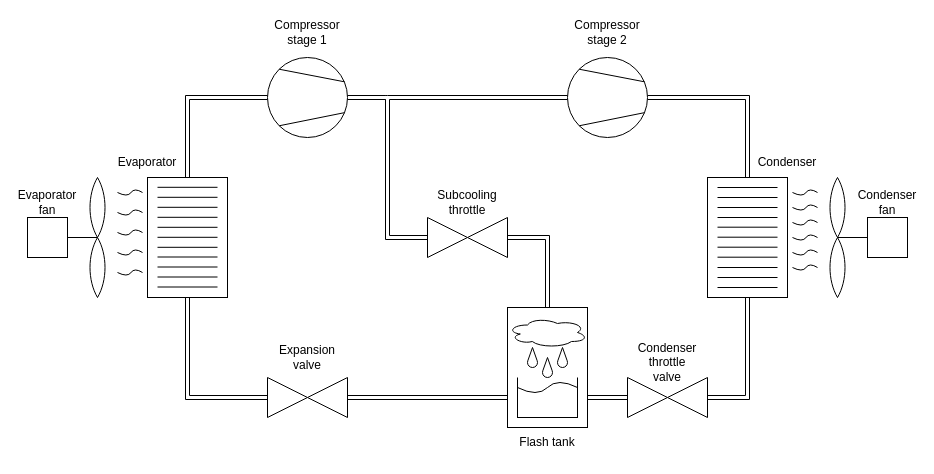
The draw.io diagram Graphics/HVAC_Diagram_Fans.drawio in kasperlaustsen/CA8_Writings, before the edit. Source tidied: cells renumbered, new cells numbered last; positions are measured from the earlier drawing's top-left corner, leaving out a move shared by most shapes. Both pictures are drawn from the tidied source at 100%, with x=0, y=0 at pixel (17, 17).
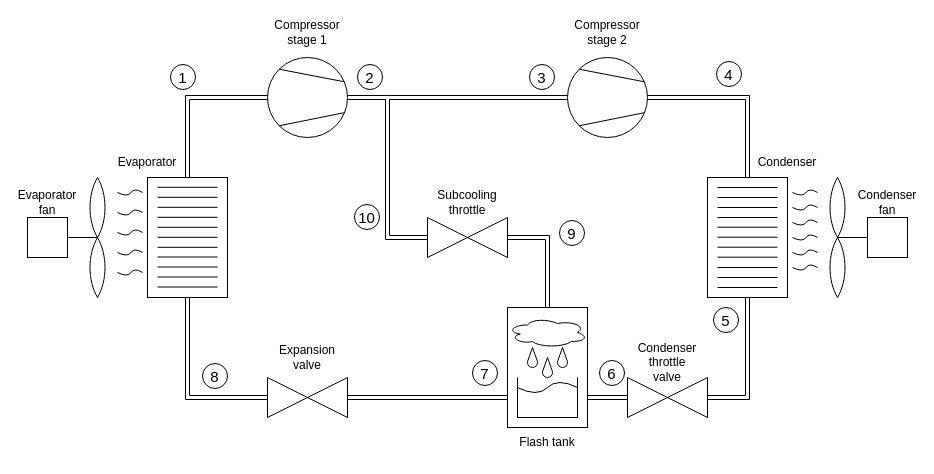
Above is the later version.

The change refers to these unchanged cells:
```xml
<mxCell id="2" style="group;" parent="1" vertex="1">
  <mxGeometry width="900" height="440" as="geometry" />
</mxCell>
```

What changed in the source:
```diff
@@
+    <mxCell id="89" value="1" style="ellipse;whiteSpace=wrap;html=1;fontSize=15;" parent="2" vertex="1">
+      <mxGeometry x="153" y="47" width="25" height="25" as="geometry" />
+    </mxCell>
+    <mxCell id="90" value="2" style="ellipse;whiteSpace=wrap;html=1;fontSize=15;" parent="2" vertex="1">
+      <mxGeometry x="340" y="47" width="25" height="25" as="geometry" />
+    </mxCell>
+    <mxCell id="91" value="5" style="ellipse;whiteSpace=wrap;html=1;fontSize=15;" parent="2" vertex="1">
+      <mxGeometry x="696" y="290" width="25" height="25" as="geometry" />
+    </mxCell>
+    <mxCell id="92" value="9" style="ellipse;whiteSpace=wrap;html=1;fontSize=15;" parent="2" vertex="1">
+      <mxGeometry x="542" y="203" width="25" height="25" as="geometry" />
+    </mxCell>
+    <mxCell id="93" value="7" style="ellipse;whiteSpace=wrap;html=1;fontSize=15;" parent="2" vertex="1">
+      <mxGeometry x="455" y="343" width="25" height="25" as="geometry" />
+    </mxCell>
+    <mxCell id="94" value="3" style="ellipse;whiteSpace=wrap;html=1;fontSize=15;" parent="2" vertex="1">
+      <mxGeometry x="512" y="47" width="25" height="25" as="geometry" />
+    </mxCell>
+    <mxCell id="95" value="8" style="ellipse;whiteSpace=wrap;html=1;fontSize=15;" parent="2" vertex="1">
+      <mxGeometry x="185" y="346" width="25" height="25" as="geometry" />
+    </mxCell>
+    <mxCell id="96" value="4" style="ellipse;whiteSpace=wrap;html=1;fontSize=15;" parent="2" vertex="1">
+      <mxGeometry x="699" y="44" width="25" height="25" as="geometry" />
+    </mxCell>
+    <mxCell id="97" value="6" style="ellipse;whiteSpace=wrap;html=1;fontSize=15;" parent="2" vertex="1">
+      <mxGeometry x="582" y="343" width="25" height="25" as="geometry" />
+    </mxCell>
+    <mxCell id="98" value="10" style="ellipse;whiteSpace=wrap;html=1;fontSize=15;" parent="2" vertex="1">
+      <mxGeometry x="337" y="187" width="25" height="25" as="geometry" />
+    </mxCell>
```
